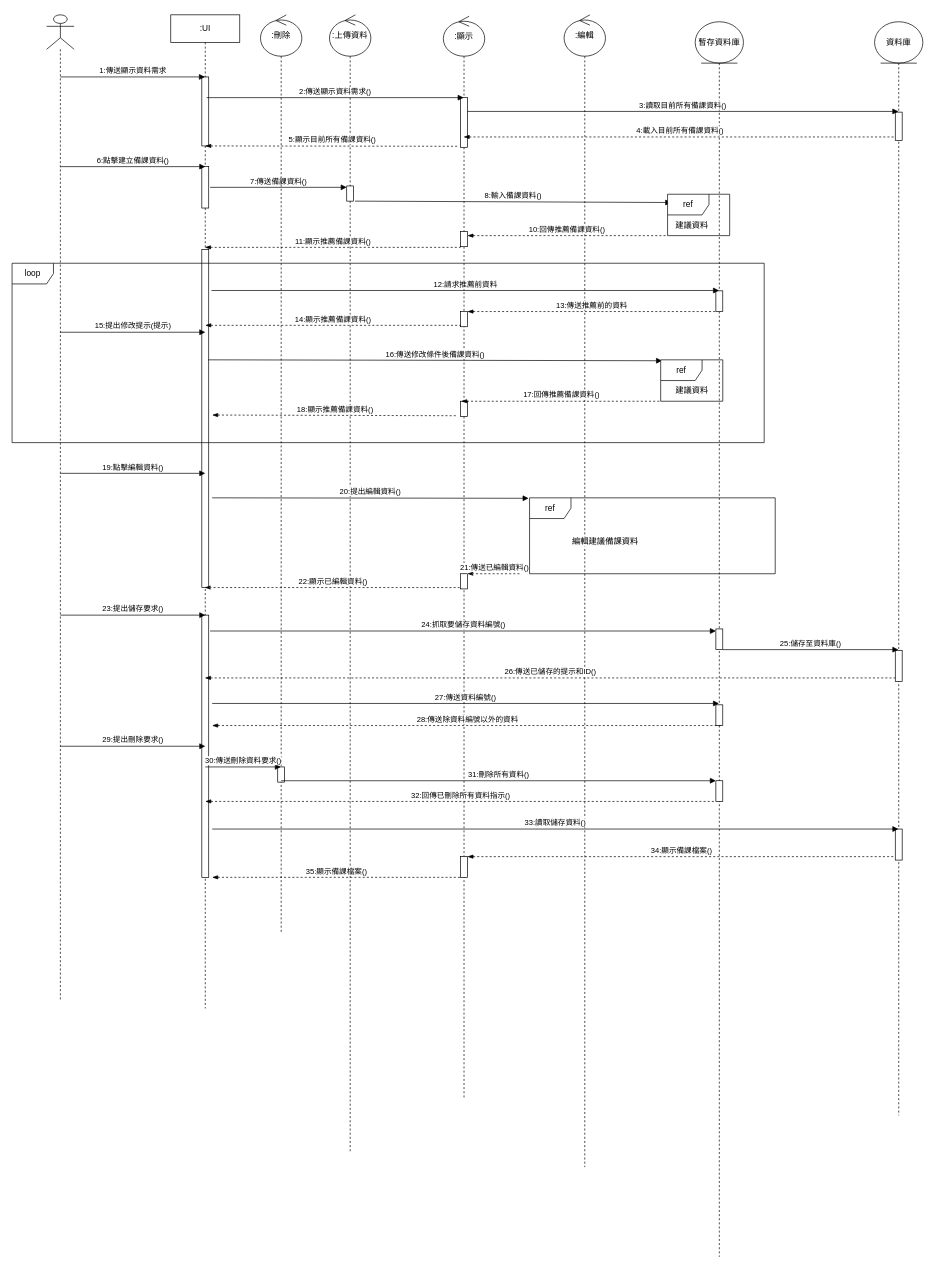
Earlier version of the draw.io diagram 循序圖(建立備課資料-AC)-new.drawio (Kevincheng0804/System-analysis). Source tidied: cells renumbered, new cells numbered last; positions are measured from the earlier drawing's top-left corner, leaving out a move shared by most shapes. Both pictures are drawn from the tidied source at 69%, with x=0, y=0 at pixel (12, 14).
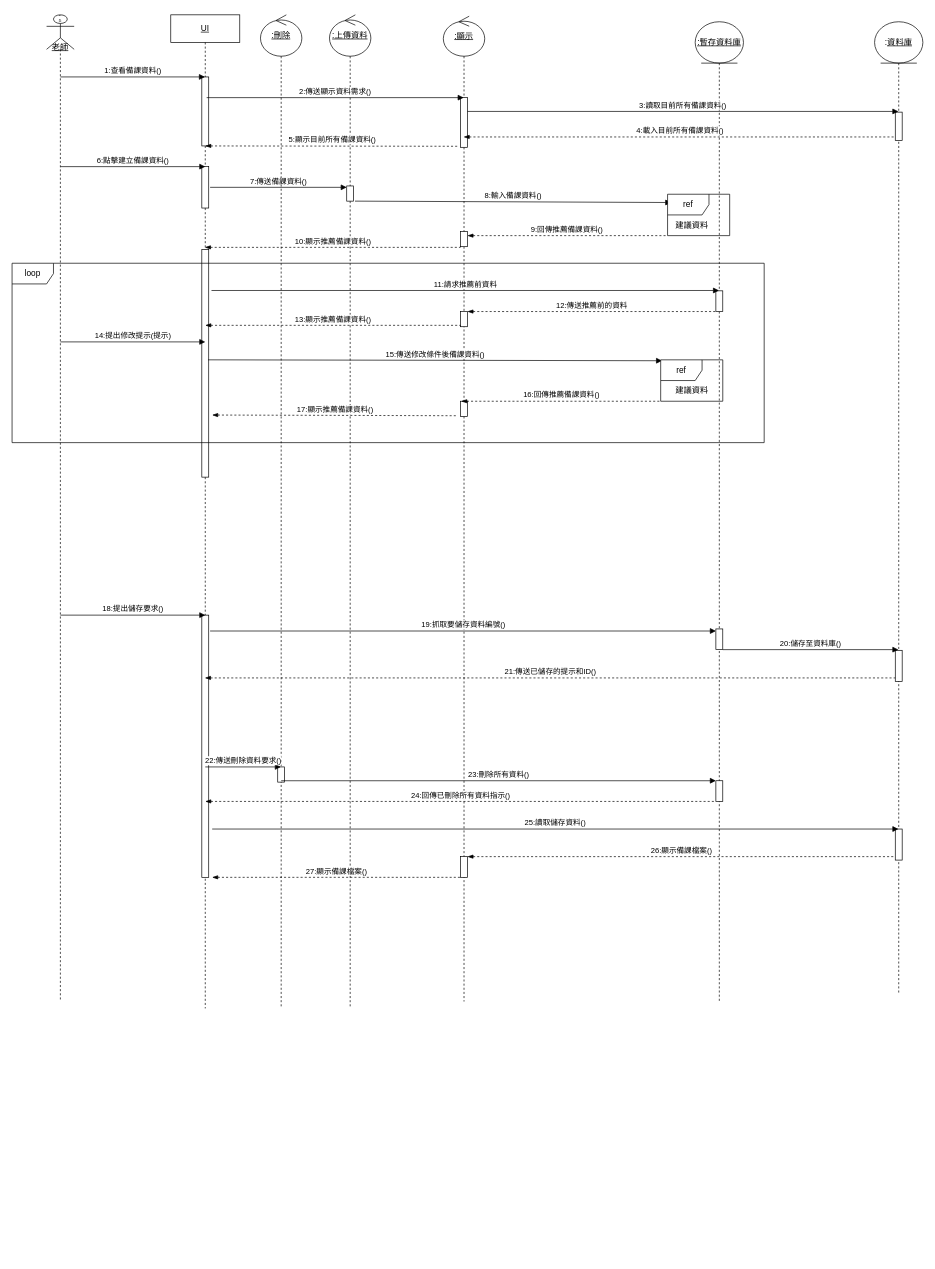
After the change.

Commit message (it also covers changes not shown here):
更新循序圖(建立備課資料-AC)-new.drawio

The change refers to these unchanged cells:
```xml
<mxCell id="25" style="html=1;points=[[0,0,0,0,5],[0,1,0,0,-5],[1,0,0,0,5],[1,1,0,0,-5]];perimeter=orthogonalPerimeter;outlineConnect=0;targetShapes=umlLifeline;portConstraint=eastwest;newEdgeStyle={&quot;curved&quot;:0,&quot;rounded&quot;:0};" parent="23" vertex="1">
  <mxGeometry x="30" y="911" width="10" height="45" as="geometry" />
</mxCell>
<mxCell id="35" value="ref" style="shape=umlFrame;whiteSpace=wrap;html=1;" parent="1" vertex="1">
  <mxGeometry x="950" y="260" width="90" height="60" as="geometry" />
</mxCell>
<mxCell id="43" value="ref" style="shape=umlFrame;whiteSpace=wrap;html=1;" parent="1" vertex="1">
  <mxGeometry x="940" y="500" width="90" height="60" as="geometry" />
</mxCell>
```

Change to the diagram source:
```diff
@@
-    <mxCell id="2" style="shape=umlLifeline;perimeter=lifelinePerimeter;whiteSpace=wrap;html=1;newEdgeStyle={&quot;curved&quot;:0,&quot;rounded&quot;:0};participant=umlActor;size=50;" parent="1" vertex="1">
+    <mxCell id="2" value="&lt;u&gt;:&lt;/u&gt;&lt;div&gt;&lt;u&gt;&lt;br&gt;&lt;/u&gt;&lt;/div&gt;&lt;div&gt;&lt;u&gt;&lt;br&gt;&lt;/u&gt;&lt;/div&gt;&lt;div&gt;&lt;u&gt;老師&lt;/u&gt;&lt;/div&gt;" style="shape=umlLifeline;perimeter=lifelinePerimeter;whiteSpace=wrap;html=1;newEdgeStyle={&quot;curved&quot;:0,&quot;rounded&quot;:0};participant=umlActor;size=50;" parent="1" vertex="1">
       <mxGeometry x="50" width="40" height="1430" as="geometry" />
     </mxCell>
-    <mxCell id="3" value=":UI" style="shape=umlLifeline;perimeter=lifelinePerimeter;whiteSpace=wrap;html=1;outlineConnect=0;portConstraint=eastwest;newEdgeStyle={&quot;curved&quot;:0,&quot;rounded&quot;:0};" parent="1" vertex="1">
+    <mxCell id="3" value="&lt;u&gt;UI&lt;/u&gt;" style="shape=umlLifeline;perimeter=lifelinePerimeter;whiteSpace=wrap;html=1;outlineConnect=0;portConstraint=eastwest;newEdgeStyle={&quot;curved&quot;:0,&quot;rounded&quot;:0};" parent="1" vertex="1">
       <mxGeometry x="230" width="100" height="1440" as="geometry" />
     </mxCell>
@@
     <mxCell id="6" style="html=1;perimeter=orthogonalPerimeter;targetShapes=umlLifeline;newEdgeStyle={&quot;curved&quot;:0,&quot;rounded&quot;:0};" parent="3" vertex="1">
-      <mxGeometry x="45" y="340" width="10" height="490" as="geometry" />
+      <mxGeometry x="45" y="340" width="10" height="330" as="geometry" />
     </mxCell>
@@
-    <mxCell id="8" value=":上傳資料" style="shape=umlLifeline;perimeter=lifelinePerimeter;whiteSpace=wrap;html=1;newEdgeStyle={&quot;curved&quot;:0,&quot;rounded&quot;:0};participant=umlControl;size=60;" parent="1" vertex="1">
-      <mxGeometry x="460" width="60" height="1650" as="geometry" />
+    <mxCell id="8" value="&lt;u&gt;:上傳資料&lt;/u&gt;" style="shape=umlLifeline;perimeter=lifelinePerimeter;whiteSpace=wrap;html=1;newEdgeStyle={&quot;curved&quot;:0,&quot;rounded&quot;:0};participant=umlControl;size=60;" parent="1" vertex="1">
+      <mxGeometry x="460" width="60" height="1440" as="geometry" />
     </mxCell>
@@
-    <mxCell id="10" value=":顯示" style="shape=umlLifeline;perimeter=lifelinePerimeter;whiteSpace=wrap;html=1;outlineConnect=0;portConstraint=eastwest;newEdgeStyle={&quot;curved&quot;:0,&quot;rounded&quot;:0};participant=umlControl;size=58;" parent="1" vertex="1">
-      <mxGeometry x="625" y="2" width="60" height="1568" as="geometry" />
+    <mxCell id="10" value="&lt;u&gt;:顯示&lt;/u&gt;" style="shape=umlLifeline;perimeter=lifelinePerimeter;whiteSpace=wrap;html=1;outlineConnect=0;portConstraint=eastwest;newEdgeStyle={&quot;curved&quot;:0,&quot;rounded&quot;:0};participant=umlControl;size=58;" parent="1" vertex="1">
+      <mxGeometry x="625" y="2" width="60" height="1428" as="geometry" />
     </mxCell>
@@
-    <mxCell id="15" style="html=1;perimeter=orthogonalPerimeter;targetShapes=umlLifeline;newEdgeStyle={&quot;curved&quot;:0,&quot;rounded&quot;:0};" parent="10" vertex="1">
-      <mxGeometry x="25" y="808" width="10" height="22" as="geometry" />
-    </mxCell>
@@
-    <mxCell id="17" value=":編輯" style="shape=umlLifeline;perimeter=lifelinePerimeter;whiteSpace=wrap;html=1;newEdgeStyle={&quot;curved&quot;:0,&quot;rounded&quot;:0};participant=umlControl;size=60;" parent="1" vertex="1">
-      <mxGeometry x="800" width="60" height="1670" as="geometry" />
-    </mxCell>
-    <mxCell id="18" value="暫存資料庫" style="shape=umlLifeline;perimeter=lifelinePerimeter;whiteSpace=wrap;html=1;outlineConnect=0;portConstraint=eastwest;newEdgeStyle={&quot;curved&quot;:0,&quot;rounded&quot;:0};participant=umlEntity;size=60;" parent="1" vertex="1">
-      <mxGeometry x="990" y="10" width="70" height="1790" as="geometry" />
+    <mxCell id="18" value="&lt;u&gt;:暫存資料庫&lt;/u&gt;" style="shape=umlLifeline;perimeter=lifelinePerimeter;whiteSpace=wrap;html=1;outlineConnect=0;portConstraint=eastwest;newEdgeStyle={&quot;curved&quot;:0,&quot;rounded&quot;:0};participant=umlEntity;size=60;" parent="1" vertex="1">
+      <mxGeometry x="990" y="10" width="70" height="1420" as="geometry" />
     </mxCell>
@@
-    <mxCell id="21" style="html=1;perimeter=orthogonalPerimeter;targetShapes=umlLifeline;newEdgeStyle={&quot;curved&quot;:0,&quot;rounded&quot;:0};" parent="18" vertex="1">
-      <mxGeometry x="30" y="990" width="10" height="30" as="geometry" />
-    </mxCell>
@@
-    <mxCell id="23" value="資料庫" style="shape=umlLifeline;perimeter=lifelinePerimeter;whiteSpace=wrap;html=1;outlineConnect=0;portConstraint=eastwest;newEdgeStyle={&quot;curved&quot;:0,&quot;rounded&quot;:0};participant=umlEntity;size=60;" parent="1" vertex="1">
-      <mxGeometry x="1250" y="10" width="70" height="1585" as="geometry" />
+    <mxCell id="23" value=":&lt;u&gt;資料庫&lt;/u&gt;" style="shape=umlLifeline;perimeter=lifelinePerimeter;whiteSpace=wrap;html=1;outlineConnect=0;portConstraint=eastwest;newEdgeStyle={&quot;curved&quot;:0,&quot;rounded&quot;:0};participant=umlEntity;size=60;" parent="1" vertex="1">
+      <mxGeometry x="1250" y="10" width="70" height="1410" as="geometry" />
     </mxCell>
@@
-    <mxCell id="27" value="1:傳送顯示資料需求" style="html=1;verticalAlign=bottom;endArrow=block;curved=0;rounded=0;" parent="1" edge="1" target="3">
+    <mxCell id="27" value="1:查看備課資料()" style="html=1;verticalAlign=bottom;endArrow=block;curved=0;rounded=0;" parent="1" edge="1" target="3">
       <mxGeometry relative="1" as="geometry">
         <mxPoint x="70" y="90" as="sourcePoint" />
       </mxGeometry>
     </mxCell>
@@
-    <mxCell id="37" value="11:顯示推薦備課資料()" style="html=1;verticalAlign=bottom;endArrow=none;curved=0;rounded=0;dashed=1;startArrow=blockThin;startFill=1;endFill=0;entryX=0;entryY=1;entryDx=0;entryDy=-5;entryPerimeter=0;" parent="1" edge="1">
+    <mxCell id="37" value="10:顯示推薦備課資料()" style="html=1;verticalAlign=bottom;endArrow=none;curved=0;rounded=0;dashed=1;startArrow=blockThin;startFill=1;endFill=0;entryX=0;entryY=1;entryDx=0;entryDy=-5;entryPerimeter=0;" parent="1" edge="1">
       <mxGeometry relative="1" as="geometry">
         <mxPoint x="279.5" y="337" as="sourcePoint" />
         <mxPoint x="650" y="337" as="targetPoint" />
       </mxGeometry>
     </mxCell>
-    <mxCell id="38" value="10:回傳推薦備課資料()" style="html=1;verticalAlign=bottom;endArrow=none;curved=0;rounded=0;dashed=1;startArrow=blockThin;startFill=1;endFill=0;entryX=-0.015;entryY=1;entryDx=0;entryDy=0;entryPerimeter=0;" parent="1" edge="1" target="35">
+    <mxCell id="38" value="9:回傳推薦備課資料()" style="html=1;verticalAlign=bottom;endArrow=none;curved=0;rounded=0;dashed=1;startArrow=blockThin;startFill=1;endFill=0;entryX=-0.015;entryY=1;entryDx=0;entryDy=0;entryPerimeter=0;" parent="1" edge="1" target="35">
       <mxGeometry relative="1" as="geometry">
         <mxPoint x="660" y="320" as="sourcePoint" />
       </mxGeometry>
     </mxCell>
-    <mxCell id="39" value="12:請求推薦前資料" style="html=1;verticalAlign=bottom;endArrow=block;curved=0;rounded=0;" parent="1" edge="1" target="18">
+    <mxCell id="39" value="11:請求推薦前資料" style="html=1;verticalAlign=bottom;endArrow=block;curved=0;rounded=0;" parent="1" edge="1" target="18">
       <mxGeometry relative="1" as="geometry">
         <mxPoint x="289" y="399.5" as="sourcePoint" />
       </mxGeometry>
     </mxCell>
-    <mxCell id="40" value="13:傳送推薦前的資料" style="html=1;verticalAlign=bottom;endArrow=none;curved=0;rounded=0;dashed=1;startArrow=blockThin;startFill=1;endFill=0;entryX=0;entryY=1;entryDx=0;entryDy=-5;entryPerimeter=0;" parent="1" edge="1">
+    <mxCell id="40" value="12:傳送推薦前的資料" style="html=1;verticalAlign=bottom;endArrow=none;curved=0;rounded=0;dashed=1;startArrow=blockThin;startFill=1;endFill=0;entryX=0;entryY=1;entryDx=0;entryDy=-5;entryPerimeter=0;" parent="1" edge="1">
       <mxGeometry relative="1" as="geometry">
         <mxPoint x="660" y="430" as="sourcePoint" />
         <mxPoint x="1020" y="430" as="targetPoint" />
       </mxGeometry>
     </mxCell>
-    <mxCell id="41" value="15:提出修改提示(提示)" style="html=1;verticalAlign=bottom;endArrow=block;curved=0;rounded=0;" parent="1" edge="1">
+    <mxCell id="41" value="14:提出修改提示(提示)" style="html=1;verticalAlign=bottom;endArrow=block;curved=0;rounded=0;" parent="1" edge="1">
       <mxGeometry relative="1" as="geometry">
-        <mxPoint x="70" y="460" as="sourcePoint" />
-        <mxPoint x="280" y="460" as="targetPoint" />
+        <mxPoint x="70" y="474" as="sourcePoint" />
+        <mxPoint x="280" y="474" as="targetPoint" />
       </mxGeometry>
     </mxCell>
-    <mxCell id="42" value="16:傳送修改條件後備課資料()" style="html=1;verticalAlign=bottom;endArrow=block;curved=0;rounded=0;entryX=0.022;entryY=0.022;entryDx=0;entryDy=0;entryPerimeter=0;" parent="1" edge="1" target="43">
+    <mxCell id="42" value="15:傳送修改條件後備課資料()" style="html=1;verticalAlign=bottom;endArrow=block;curved=0;rounded=0;entryX=0.022;entryY=0.022;entryDx=0;entryDy=0;entryPerimeter=0;" parent="1" edge="1" target="43">
       <mxGeometry relative="1" as="geometry">
         <mxPoint x="284" y="500" as="sourcePoint" />
       </mxGeometry>
     </mxCell>
@@
-    <mxCell id="45" value="18:顯示推薦備課資料()" style="html=1;verticalAlign=bottom;endArrow=none;curved=0;rounded=0;dashed=1;startArrow=blockThin;startFill=1;endFill=0;entryX=0;entryY=1;entryDx=0;entryDy=-5;entryPerimeter=0;" parent="1" edge="1">
+    <mxCell id="45" value="17:顯示推薦備課資料()" style="html=1;verticalAlign=bottom;endArrow=none;curved=0;rounded=0;dashed=1;startArrow=blockThin;startFill=1;endFill=0;entryX=0;entryY=1;entryDx=0;entryDy=-5;entryPerimeter=0;" parent="1" edge="1">
       <mxGeometry relative="1" as="geometry">
         <mxPoint x="290" y="580" as="sourcePoint" />
         <mxPoint x="645" y="581" as="targetPoint" />
       </mxGeometry>
     </mxCell>
-    <mxCell id="46" value="17:回傳推薦備課資料()" style="html=1;verticalAlign=bottom;endArrow=none;curved=0;rounded=0;dashed=1;startArrow=blockThin;startFill=1;endFill=0;entryX=-0.015;entryY=1;entryDx=0;entryDy=0;entryPerimeter=0;" parent="1" edge="1">
+    <mxCell id="46" value="16:回傳推薦備課資料()" style="html=1;verticalAlign=bottom;endArrow=none;curved=0;rounded=0;dashed=1;startArrow=blockThin;startFill=1;endFill=0;entryX=-0.015;entryY=1;entryDx=0;entryDy=0;entryPerimeter=0;" parent="1" edge="1">
       <mxGeometry relative="1" as="geometry">
         <mxPoint x="651" y="560" as="sourcePoint" />
         <mxPoint x="940" y="560" as="targetPoint" />
       </mxGeometry>
     </mxCell>
@@
-    <mxCell id="48" value="19:點擊編輯資料()" style="html=1;verticalAlign=bottom;endArrow=block;curved=0;rounded=0;" parent="1" edge="1">
-      <mxGeometry relative="1" as="geometry">
-        <mxPoint x="70" y="664.5" as="sourcePoint" />
-        <mxPoint x="280" y="664.5" as="targetPoint" />
-      </mxGeometry>
-    </mxCell>
-    <mxCell id="49" value="20:提出編輯資料()" style="html=1;verticalAlign=bottom;endArrow=block;curved=0;rounded=0;entryX=-0.004;entryY=0.006;entryDx=0;entryDy=0;entryPerimeter=0;" parent="1" edge="1" target="50">
-      <mxGeometry relative="1" as="geometry">
-        <mxPoint x="290" y="700" as="sourcePoint" />
-      </mxGeometry>
-    </mxCell>
-    <mxCell id="50" value="ref" style="shape=umlFrame;whiteSpace=wrap;html=1;" parent="1" vertex="1">
-      <mxGeometry x="750" y="700" width="356" height="110" as="geometry" />
-    </mxCell>
-    <mxCell id="51" value="&lt;span style=&quot;color: rgb(0, 0, 0); font-family: Helvetica; font-size: 12px; font-style: normal; font-variant-ligatures: normal; font-variant-caps: normal; font-weight: 400; letter-spacing: normal; orphans: 2; text-align: center; text-indent: 0px; text-transform: none; widows: 2; word-spacing: 0px; -webkit-text-stroke-width: 0px; white-space: normal; background-color: rgb(251, 251, 251); text-decoration-thickness: initial; text-decoration-style: initial; text-decoration-color: initial; display: inline !important; float: none;&quot;&gt;編輯建議備課資料&lt;/span&gt;" style="text;whiteSpace=wrap;html=1;" parent="1" vertex="1">
-      <mxGeometry x="810" y="750" width="130" height="40" as="geometry" />
-    </mxCell>
-    <mxCell id="52" value="21:傳送已編輯資料()" style="html=1;verticalAlign=bottom;endArrow=none;curved=0;rounded=0;startArrow=classicThin;startFill=1;endFill=0;dashed=1;" parent="1" edge="1">
-      <mxGeometry relative="1" as="geometry">
-        <mxPoint x="660" y="810" as="sourcePoint" />
-        <mxPoint x="738.5" y="810" as="targetPoint" />
-      </mxGeometry>
-    </mxCell>
-    <mxCell id="53" value="23:提出儲存要求()" style="html=1;verticalAlign=bottom;endArrow=block;curved=0;rounded=0;" parent="1" edge="1">
+    <mxCell id="53" value="18:提出儲存要求()" style="html=1;verticalAlign=bottom;endArrow=block;curved=0;rounded=0;" parent="1" edge="1">
       <mxGeometry relative="1" as="geometry">
         <mxPoint x="70" y="870" as="sourcePoint" />
         <mxPoint x="280" y="870" as="targetPoint" />
       </mxGeometry>
     </mxCell>
-    <mxCell id="54" value="24:抓取要儲存資料編號()" style="html=1;verticalAlign=bottom;endArrow=block;curved=0;rounded=0;" parent="1" edge="1">
+    <mxCell id="54" value="19:抓取要儲存資料編號()" style="html=1;verticalAlign=bottom;endArrow=block;curved=0;rounded=0;" parent="1" edge="1">
       <mxGeometry relative="1" as="geometry">
         <mxPoint x="287" y="893" as="sourcePoint" />
         <mxPoint x="1020" y="893" as="targetPoint" />
       </mxGeometry>
     </mxCell>
-    <mxCell id="55" value="25:儲存至資料庫()" style="html=1;verticalAlign=bottom;endArrow=block;curved=0;rounded=0;" parent="1" edge="1" target="23">
+    <mxCell id="55" value="20:儲存至資料庫()" style="html=1;verticalAlign=bottom;endArrow=block;curved=0;rounded=0;" parent="1" edge="1" target="23">
       <mxGeometry relative="1" as="geometry">
         <mxPoint x="1030" y="920" as="sourcePoint" />
       </mxGeometry>
     </mxCell>
-    <mxCell id="56" value="26:傳送已儲存的提示和ID()" style="html=1;verticalAlign=bottom;endArrow=none;curved=0;rounded=0;dashed=1;startArrow=blockThin;startFill=1;endFill=0;entryX=0;entryY=1;entryDx=0;entryDy=-5;entryPerimeter=0;" parent="1" edge="1" source="3" target="25">
+    <mxCell id="56" value="21:傳送已儲存的提示和ID()" style="html=1;verticalAlign=bottom;endArrow=none;curved=0;rounded=0;dashed=1;startArrow=blockThin;startFill=1;endFill=0;entryX=0;entryY=1;entryDx=0;entryDy=-5;entryPerimeter=0;" parent="1" edge="1" source="3" target="25">
       <mxGeometry relative="1" as="geometry" />
     </mxCell>
-    <mxCell id="57" value=":刪除" style="shape=umlLifeline;perimeter=lifelinePerimeter;whiteSpace=wrap;html=1;outlineConnect=0;portConstraint=eastwest;newEdgeStyle={&quot;curved&quot;:0,&quot;rounded&quot;:0};participant=umlControl;size=60;" parent="1" vertex="1">
-      <mxGeometry x="360" width="60" height="1330" as="geometry" />
+    <mxCell id="57" value="&lt;u&gt;:刪除&lt;/u&gt;" style="shape=umlLifeline;perimeter=lifelinePerimeter;whiteSpace=wrap;html=1;outlineConnect=0;portConstraint=eastwest;newEdgeStyle={&quot;curved&quot;:0,&quot;rounded&quot;:0};participant=umlControl;size=60;" parent="1" vertex="1">
+      <mxGeometry x="360" width="60" height="1440" as="geometry" />
     </mxCell>
@@
-    <mxCell id="59" value="27:傳送資料編號()" style="html=1;verticalAlign=bottom;endArrow=block;curved=0;rounded=0;" parent="1" edge="1" target="18">
-      <mxGeometry relative="1" as="geometry">
-        <mxPoint x="290" y="998" as="sourcePoint" />
-      </mxGeometry>
-    </mxCell>
-    <mxCell id="60" value="28:傳送除資料編號以外的資料" style="html=1;verticalAlign=bottom;endArrow=none;curved=0;rounded=0;dashed=1;startArrow=blockThin;startFill=1;endFill=0;entryX=0;entryY=1;entryDx=0;entryDy=-5;entryPerimeter=0;" parent="1" edge="1">
-      <mxGeometry relative="1" as="geometry">
-        <mxPoint x="290" y="1030" as="sourcePoint" />
-        <mxPoint x="1030" y="1030" as="targetPoint" />
-      </mxGeometry>
-    </mxCell>
-    <mxCell id="61" value="14:顯示推薦備課資料()" style="html=1;verticalAlign=bottom;endArrow=none;curved=0;rounded=0;dashed=1;startArrow=blockThin;startFill=1;endFill=0;entryX=0;entryY=1;entryDx=0;entryDy=-5;entryPerimeter=0;" parent="1" edge="1">
+    <mxCell id="61" value="13:顯示推薦備課資料()" style="html=1;verticalAlign=bottom;endArrow=none;curved=0;rounded=0;dashed=1;startArrow=blockThin;startFill=1;endFill=0;entryX=0;entryY=1;entryDx=0;entryDy=-5;entryPerimeter=0;" parent="1" edge="1">
       <mxGeometry relative="1" as="geometry">
         <mxPoint x="280" y="450" as="sourcePoint" />
         <mxPoint x="650.5" y="450" as="targetPoint" />
       </mxGeometry>
     </mxCell>
-    <mxCell id="62" value="22:顯示已編輯資料()" style="html=1;verticalAlign=bottom;endArrow=none;curved=0;rounded=0;startArrow=classicThin;startFill=1;endFill=0;dashed=1;" parent="1" edge="1" source="3">
-      <mxGeometry relative="1" as="geometry">
-        <mxPoint x="648.5" y="830" as="targetPoint" />
-      </mxGeometry>
-    </mxCell>
-    <mxCell id="63" value="29:提出刪除要求()" style="html=1;verticalAlign=bottom;endArrow=block;curved=0;rounded=0;" parent="1" edge="1">
-      <mxGeometry relative="1" as="geometry">
-        <mxPoint x="70" y="1060" as="sourcePoint" />
-        <mxPoint x="280" y="1060" as="targetPoint" />
-      </mxGeometry>
-    </mxCell>
-    <mxCell id="64" value="30:傳送刪除資料要求()" style="html=1;verticalAlign=bottom;endArrow=block;curved=0;rounded=0;" parent="1" edge="1" target="57">
+    <mxCell id="64" value="22:傳送刪除資料要求()" style="html=1;verticalAlign=bottom;endArrow=block;curved=0;rounded=0;" parent="1" edge="1" target="57">
       <mxGeometry relative="1" as="geometry">
         <mxPoint x="280" y="1090" as="sourcePoint" />
       </mxGeometry>
     </mxCell>
-    <mxCell id="65" value="31:刪除所有資料()" style="html=1;verticalAlign=bottom;endArrow=block;curved=0;rounded=0;" parent="1" edge="1">
+    <mxCell id="65" value="23:刪除所有資料()" style="html=1;verticalAlign=bottom;endArrow=block;curved=0;rounded=0;" parent="1" edge="1">
       <mxGeometry relative="1" as="geometry">
         <mxPoint x="390" y="1110" as="sourcePoint" />
         <mxPoint x="1020" y="1110" as="targetPoint" />
       </mxGeometry>
     </mxCell>
-    <mxCell id="66" value="32:回傳已刪除所有資料指示()" style="html=1;verticalAlign=bottom;endArrow=none;curved=0;rounded=0;dashed=1;startArrow=blockThin;startFill=1;endFill=0;entryX=0;entryY=1;entryDx=0;entryDy=-5;entryPerimeter=0;" parent="1" edge="1">
+    <mxCell id="66" value="24:回傳已刪除所有資料指示()" style="html=1;verticalAlign=bottom;endArrow=none;curved=0;rounded=0;dashed=1;startArrow=blockThin;startFill=1;endFill=0;entryX=0;entryY=1;entryDx=0;entryDy=-5;entryPerimeter=0;" parent="1" edge="1">
       <mxGeometry relative="1" as="geometry">
         <mxPoint x="280" y="1140" as="sourcePoint" />
         <mxPoint x="1020" y="1140" as="targetPoint" />
       </mxGeometry>
     </mxCell>
-    <mxCell id="67" value="33:讀取儲存資料()" style="html=1;verticalAlign=bottom;endArrow=block;curved=0;rounded=0;" parent="1" edge="1" target="23">
+    <mxCell id="67" value="25:讀取儲存資料()" style="html=1;verticalAlign=bottom;endArrow=block;curved=0;rounded=0;" parent="1" edge="1" target="23">
       <mxGeometry relative="1" as="geometry">
         <mxPoint x="290" y="1180" as="sourcePoint" />
       </mxGeometry>
     </mxCell>
-    <mxCell id="68" value="34:顯示備課檔案()" style="html=1;verticalAlign=bottom;endArrow=none;curved=0;rounded=0;dashed=1;startArrow=blockThin;startFill=1;endFill=0;entryX=0;entryY=1;entryDx=0;entryDy=-5;entryPerimeter=0;" parent="1" edge="1">
+    <mxCell id="68" value="26:顯示備課檔案()" style="html=1;verticalAlign=bottom;endArrow=none;curved=0;rounded=0;dashed=1;startArrow=blockThin;startFill=1;endFill=0;entryX=0;entryY=1;entryDx=0;entryDy=-5;entryPerimeter=0;" parent="1" edge="1">
       <mxGeometry relative="1" as="geometry">
         <mxPoint x="660" y="1220" as="sourcePoint" />
         <mxPoint x="1280" y="1220" as="targetPoint" />
       </mxGeometry>
     </mxCell>
-    <mxCell id="69" value="35:顯示備課檔案()" style="html=1;verticalAlign=bottom;endArrow=none;curved=0;rounded=0;dashed=1;startArrow=blockThin;startFill=1;endFill=0;entryX=0;entryY=1;entryDx=0;entryDy=-5;entryPerimeter=0;" parent="1" edge="1">
+    <mxCell id="69" value="27:顯示備課檔案()" style="html=1;verticalAlign=bottom;endArrow=none;curved=0;rounded=0;dashed=1;startArrow=blockThin;startFill=1;endFill=0;entryX=0;entryY=1;entryDx=0;entryDy=-5;entryPerimeter=0;" parent="1" edge="1">
       <mxGeometry relative="1" as="geometry">
         <mxPoint x="290" y="1250" as="sourcePoint" />
         <mxPoint x="650" y="1250" as="targetPoint" />
       </mxGeometry>
     </mxCell>
```
